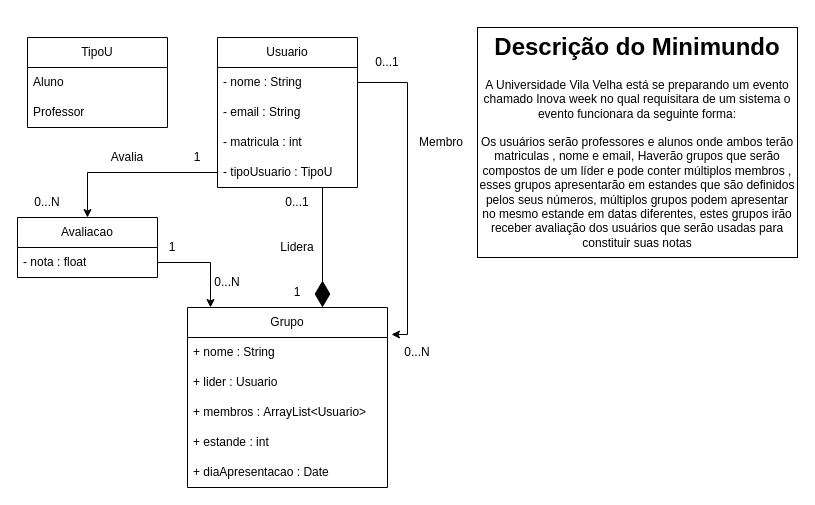
This is hello-prisma/uml/InovaUML_1.0 (1).drawio from Maverickk63/POO_23_Prisma, a draw.io file, before an edit. Source tidied: cells renumbered, new cells numbered last; positions are measured from the earlier drawing's top-left corner, leaving out a move shared by most shapes. Both pictures are drawn from the tidied source at 100%, with x=0, y=0 at pixel (17, 27).
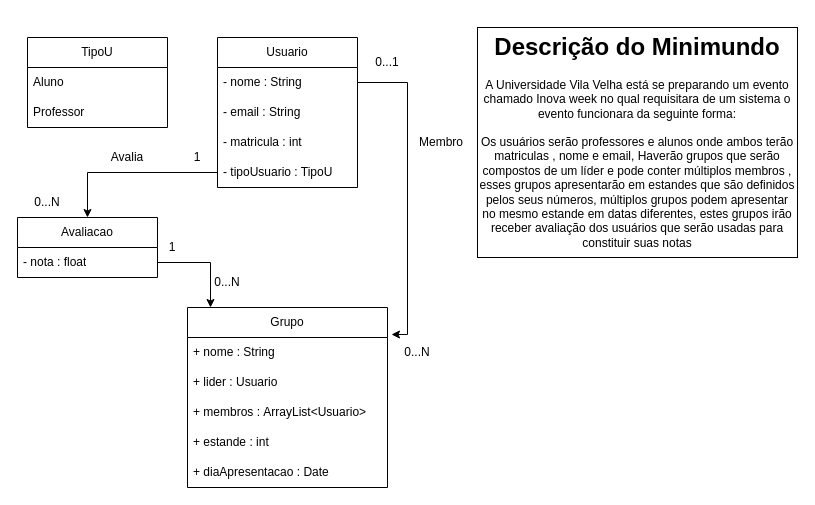
The same diagram, later.

The change refers to these unchanged cells:
```xml
<mxCell id="8" value="- tipoUsuario : TipoU" style="text;strokeColor=none;fillColor=none;align=left;verticalAlign=middle;spacingLeft=4;spacingRight=4;overflow=hidden;points=[[0,0.5],[1,0.5]];portConstraint=eastwest;whiteSpace=wrap;html=1;" parent="4" vertex="1">
  <mxGeometry y="120" width="140" height="30" as="geometry" />
</mxCell>
```

Diff of the diagram source:
```diff
@@
-    <mxCell id="19" value="0...1" style="text;html=1;strokeColor=none;fillColor=none;align=center;verticalAlign=middle;whiteSpace=wrap;rounded=0;" parent="1" vertex="1">
-      <mxGeometry x="265" y="160" width="30" height="30" as="geometry" />
-    </mxCell>
-    <mxCell id="20" value="1" style="text;html=1;strokeColor=none;fillColor=none;align=center;verticalAlign=middle;whiteSpace=wrap;rounded=0;" parent="1" vertex="1">
-      <mxGeometry x="270" y="250" width="20" height="30" as="geometry" />
-    </mxCell>
-    <mxCell id="21" value="Lidera" style="text;html=1;strokeColor=none;fillColor=none;align=center;verticalAlign=middle;whiteSpace=wrap;rounded=0;" parent="1" vertex="1">
-      <mxGeometry x="250" y="205" width="60" height="30" as="geometry" />
-    </mxCell>
@@
-    <mxCell id="32" style="endArrow=diamondThin;endFill=1;endSize=24;html=1;rounded=0;exitX=0.75;exitY=1;exitDx=0;exitDy=0;exitPerimeter=0;" parent="1" edge="1" source="8">
-      <mxGeometry relative="1" as="geometry">
-        <mxPoint x="305" y="280" as="targetPoint" />
-      </mxGeometry>
-    </mxCell>
```
